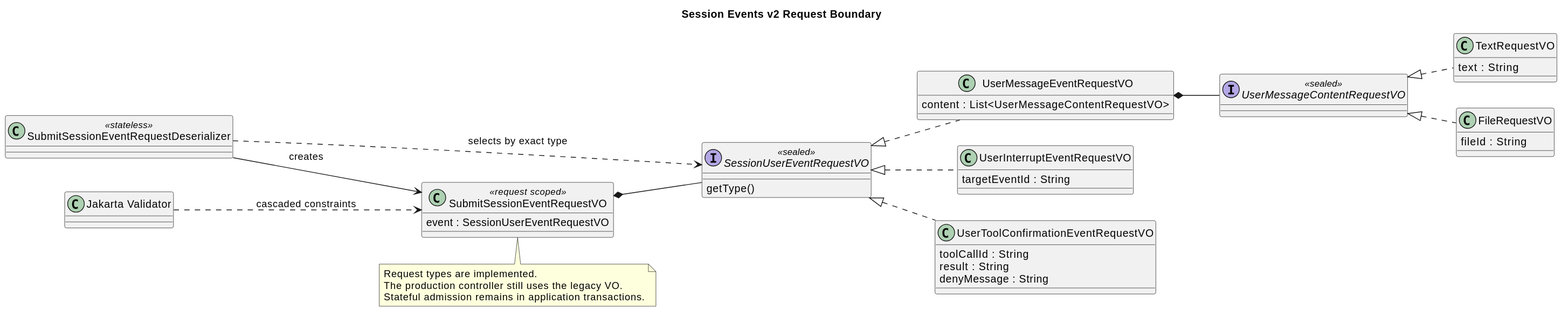
2862282695gjh-afk/pi-mono-java keeps this PlantUML diagram as docs/designs/runtime-event-request/runtime_event_request.svg. Above is the earlier version.
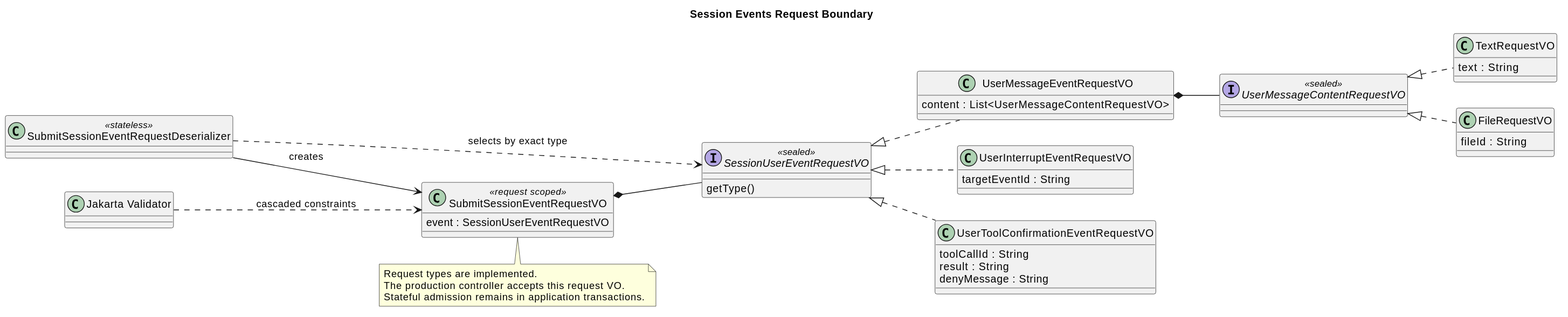
After the commit.

Change to the diagram source:
```diff
@@ -1,5 +1,5 @@
 @startuml
-title Session Events v2 Request Boundary
+title Session Events Request Boundary
 skinparam classAttributeIconSize 0
 skinparam shadowing false
 skinparam backgroundColor white
@@ -44,7 +44,7 @@
 Validator ..> SubmitSessionEventRequestVO : cascaded constraints
 note bottom of SubmitSessionEventRequestVO
   Request types are implemented.
-  The production controller still uses the legacy VO.
+  The production controller accepts this request VO.
   Stateful admission remains in application transactions.
 end note
 @enduml
```
